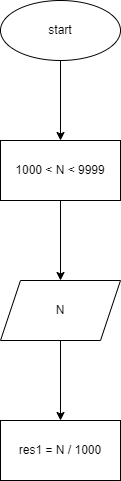
This is homework/lesson3/task013/013.drawio.png from AleksandRepin/CS_homework, a draw.io export, as it was before one commit. Source tidied: cells renumbered, new cells last; positions are measured from the earlier drawing's top-left corner, leaving out a move shared by most shapes.
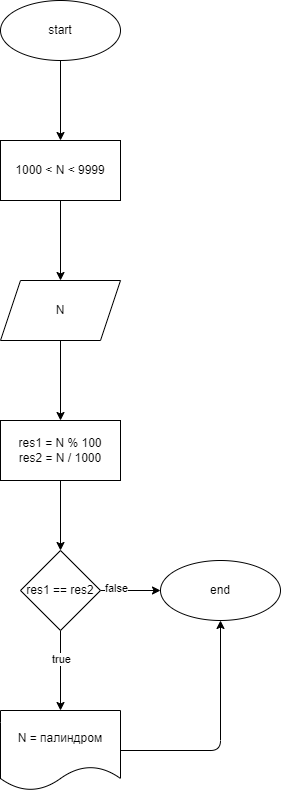
Later version of the same file.

Change to the diagram source:
```diff
@@ -20,8 +20,41 @@
     <mxCell id="7" value="N" style="shape=parallelogram;perimeter=parallelogramPerimeter;whiteSpace=wrap;html=1;fixedSize=1;" parent="1" vertex="1">
       <mxGeometry y="280" width="120" height="60" as="geometry" />
     </mxCell>
+    <mxCell id="9" style="edgeStyle=none;html=1;" parent="1" edge="1" source="8" target="14">
+      <mxGeometry relative="1" as="geometry" />
+    </mxCell>
-    <mxCell id="8" value="res1 = N / 1000" style="whiteSpace=wrap;html=1;" parent="1" vertex="1">
+    <mxCell id="8" value="res1 = N % 100&lt;br&gt;res2 = N / 1000" style="whiteSpace=wrap;html=1;" parent="1" vertex="1">
       <mxGeometry y="420" width="120" height="60" as="geometry" />
     </mxCell>
+    <mxCell id="10" style="edgeStyle=none;html=1;" parent="1" edge="1" source="14" target="16">
+      <mxGeometry relative="1" as="geometry" />
+    </mxCell>
+    <mxCell id="11" value="true" style="edgeLabel;html=1;align=center;verticalAlign=middle;" parent="10" vertex="1">
+      <mxGeometry x="-0.3" relative="1" as="geometry" />
+    </mxCell>
+    <mxCell id="12" style="edgeStyle=none;html=1;" parent="1" edge="1" source="14">
+      <mxGeometry relative="1" as="geometry">
+        <mxPoint x="160" y="590" as="targetPoint" />
+      </mxGeometry>
+    </mxCell>
+    <mxCell id="13" value="false" style="edgeLabel;html=1;align=center;verticalAlign=middle;" parent="12" vertex="1">
+      <mxGeometry x="-0.49" y="3" relative="1" as="geometry" />
+    </mxCell>
+    <mxCell id="14" value="res1 == res2" style="rhombus;whiteSpace=wrap;html=1;" parent="1" vertex="1">
+      <mxGeometry x="20" y="550" width="80" height="80" as="geometry" />
+    </mxCell>
+    <mxCell id="15" style="edgeStyle=none;html=1;exitX=1;exitY=0.5;exitDx=0;exitDy=0;entryX=0.5;entryY=1;entryDx=0;entryDy=0;" parent="1" edge="1" source="16" target="17">
+      <mxGeometry relative="1" as="geometry">
+        <Array as="points">
+          <mxPoint x="220" y="750" />
+        </Array>
+      </mxGeometry>
+    </mxCell>
+    <mxCell id="16" value="N = палиндром" style="shape=document;whiteSpace=wrap;html=1;boundedLbl=1;" parent="1" vertex="1">
+      <mxGeometry y="710" width="120" height="80" as="geometry" />
+    </mxCell>
+    <mxCell id="17" value="end" style="ellipse;whiteSpace=wrap;html=1;" parent="1" vertex="1">
+      <mxGeometry x="160" y="560" width="120" height="60" as="geometry" />
+    </mxCell>
   </root>
 </mxGraphModel>
```
